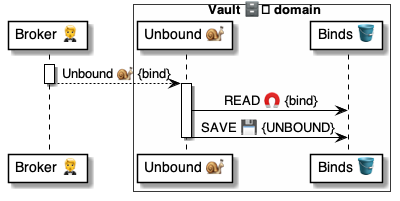
Above: 4 ⚙️ Solution/41 🎭 Domain Roles/Vaults 🗄️/🗄️📨 Vault msgs/Unbound 🤵🐌🗄️/🗄️ Unbound ⚙️ uml.png in pollyweb-org/pollyweb-docs (PlantUML), before the change. Its source is kept beside it as 4 ⚙️ Solution/41 🎭 Domain Roles/Vaults 🗄️/🗄️📨 Vault msgs/Unbound 🤵🐌🗄️/🗄️ Unbound ⚙️ uml.puml. Its diagram source:
```plantuml
@startuml Unbound@Vault

participant "Broker 🤵" as broker
box Vault 🗄️ domain #FFFFFA
    participant "Unbound 🐌" as vault
    participant "Binds 🪣" as binds
end box


activate broker
    broker --> vault: Unbound 🐌 {bind}
deactivate broker

activate vault
    vault -> binds: READ 🧲 {bind}
    vault -> binds: SAVE 💾 {UNBOUND}
deactivate vault


@enduml
```
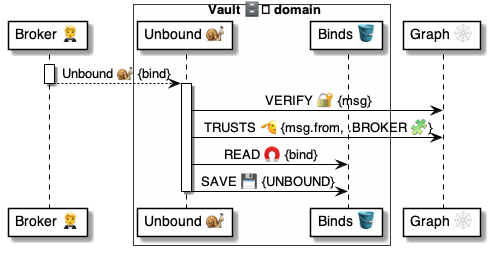
The same file after the commit.

What changed in the source:
```diff
@@ -5,6 +5,7 @@
     participant "Unbound 🐌" as vault
     participant "Binds 🪣" as binds
 end box
+participant "Graph 🕸" as graph
 
 
 activate broker
@@ -12,6 +13,8 @@
 deactivate broker
 
 activate vault
+    vault -> graph: VERIFY 🔐 {msg}
+    vault -> graph: TRUSTS 🫡 {msg.from, .BROKER 🧩}
     vault -> binds: READ 🧲 {bind}
     vault -> binds: SAVE 💾 {UNBOUND}
 deactivate vault
```
